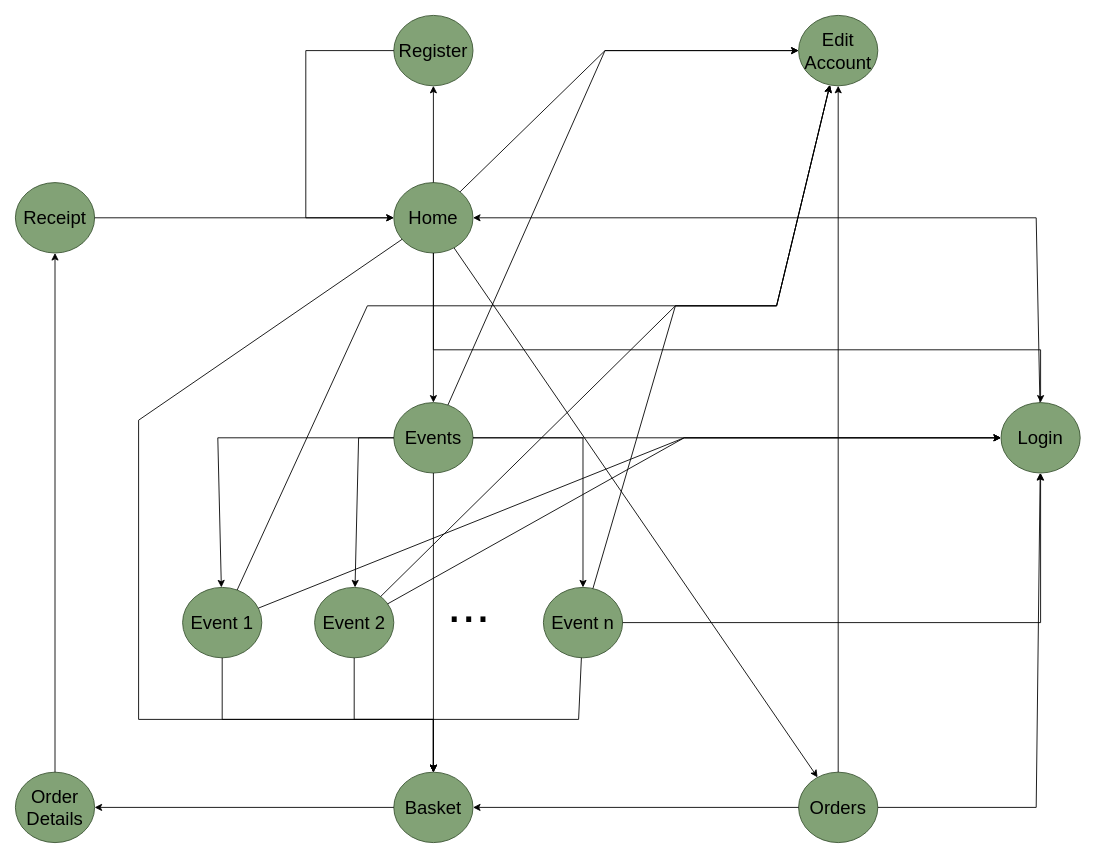
Earlier version of the draw.io diagram DocumentationImages/StateDiagram.drawio (TudorGiu/Ticket-Shop-Application). Source tidied: cells renumbered, new cells numbered last; positions are measured from the earlier drawing's top-left corner, leaving out a move shared by most shapes. Both pictures are drawn from the tidied source at 88%, with x=0, y=0 at pixel (15, 15).
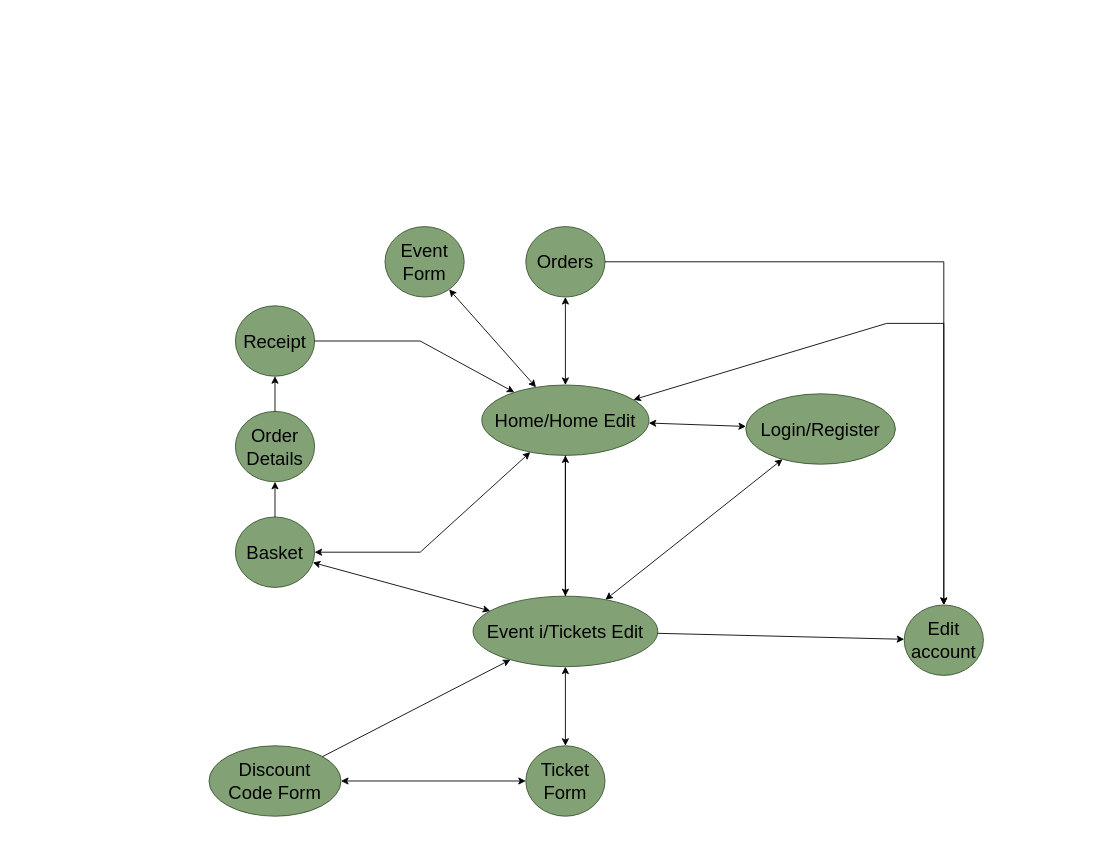
The same page after the edit.

Change to the diagram source:
```diff
@@
-    <mxCell id="2" style="endArrow=classic;html=1;rounded=0;" parent="1" edge="1" source="4" target="6">
-      <mxGeometry relative="1" as="geometry" />
-    </mxCell>
-    <mxCell id="3" value="&lt;font color=&quot;#000000&quot; style=&quot;font-size: 21px;&quot;&gt;Register&lt;/font&gt;" style="ellipse;whiteSpace=wrap;html=1;fillColor=#82a276;strokeColor=#3A5431;fontColor=#ffffff;" parent="1" vertex="1">
-      <mxGeometry x="430" width="90" height="80" as="geometry" />
-    </mxCell>
-    <mxCell id="4" value="&lt;font color=&quot;#000000&quot; style=&quot;font-size: 21px;&quot;&gt;Home&lt;/font&gt;" style="ellipse;whiteSpace=wrap;html=1;fillColor=#82a276;strokeColor=#3A5431;fontColor=#ffffff;" parent="1" vertex="1">
-      <mxGeometry x="430" y="190" width="90" height="80" as="geometry" />
-    </mxCell>
-    <mxCell id="5" value="&lt;font color=&quot;#000000&quot; style=&quot;font-size: 21px;&quot;&gt;Events&lt;/font&gt;" style="ellipse;whiteSpace=wrap;html=1;fillColor=#82a276;strokeColor=#3A5431;fontColor=#ffffff;" parent="1" vertex="1">
-      <mxGeometry x="430" y="440" width="90" height="80" as="geometry" />
-    </mxCell>
-    <mxCell id="6" value="&lt;font color=&quot;#000000&quot;&gt;&lt;span style=&quot;font-size: 21px;&quot;&gt;Orders&lt;/span&gt;&lt;/font&gt;" style="ellipse;whiteSpace=wrap;html=1;fillColor=#82a276;strokeColor=#3A5431;fontColor=#ffffff;" parent="1" vertex="1">
-      <mxGeometry x="890" y="860" width="90" height="80" as="geometry" />
-    </mxCell>
-    <mxCell id="7" value="&lt;font color=&quot;#000000&quot; style=&quot;font-size: 21px;&quot;&gt;Login&lt;/font&gt;" style="ellipse;whiteSpace=wrap;html=1;fillColor=#82a276;strokeColor=#3A5431;fontColor=#ffffff;" parent="1" vertex="1">
-      <mxGeometry x="1120" y="440" width="90" height="80" as="geometry" />
-    </mxCell>
-    <mxCell id="8" style="endArrow=classic;html=1;rounded=0;" parent="1" edge="1" source="4" target="5">
-      <mxGeometry relative="1" as="geometry" />
-    </mxCell>
-    <mxCell id="9" value="&lt;font color=&quot;#000000&quot; style=&quot;font-size: 21px;&quot;&gt;Event 1&lt;/font&gt;" style="ellipse;whiteSpace=wrap;html=1;fillColor=#82a276;strokeColor=#3A5431;fontColor=#ffffff;" parent="1" vertex="1">
-      <mxGeometry x="190" y="650" width="90" height="80" as="geometry" />
-    </mxCell>
-    <mxCell id="10" value="&lt;font color=&quot;#000000&quot; style=&quot;font-size: 21px;&quot;&gt;Event 2&lt;/font&gt;" style="ellipse;whiteSpace=wrap;html=1;fillColor=#82a276;strokeColor=#3A5431;fontColor=#ffffff;" parent="1" vertex="1">
-      <mxGeometry x="340" y="650" width="90" height="80" as="geometry" />
-    </mxCell>
-    <mxCell id="11" style="endArrow=classic;html=1;rounded=0;" parent="1" edge="1" source="5" target="9">
-      <mxGeometry relative="1" as="geometry">
-        <Array as="points">
-          <mxPoint x="230" y="480" />
-        </Array>
-      </mxGeometry>
-    </mxCell>
-    <mxCell id="12" style="endArrow=classic;html=1;rounded=0;" parent="1" edge="1" source="5" target="10">
-      <mxGeometry relative="1" as="geometry">
-        <Array as="points">
-          <mxPoint x="390" y="480" />
-        </Array>
-      </mxGeometry>
-    </mxCell>
-    <mxCell id="13" value="&lt;font style=&quot;font-size: 59px;&quot;&gt;...&lt;/font&gt;" style="text;html=1;align=center;verticalAlign=middle;strokeColor=none;fillColor=none;" parent="1" vertex="1">
-      <mxGeometry x="480" y="630" width="70" height="80" as="geometry" />
-    </mxCell>
-    <mxCell id="14" value="&lt;font color=&quot;#000000&quot; style=&quot;font-size: 21px;&quot;&gt;Event n&lt;/font&gt;" style="ellipse;whiteSpace=wrap;html=1;fillColor=#82a276;strokeColor=#3A5431;fontColor=#ffffff;" parent="1" vertex="1">
-      <mxGeometry x="600" y="650" width="90" height="80" as="geometry" />
-    </mxCell>
-    <mxCell id="15" style="endArrow=classic;html=1;rounded=0;" parent="1" edge="1" source="5" target="14">
-      <mxGeometry relative="1" as="geometry">
-        <Array as="points">
-          <mxPoint x="645" y="480" />
-        </Array>
-      </mxGeometry>
-    </mxCell>
-    <mxCell id="16" value="&lt;font color=&quot;#000000&quot; style=&quot;font-size: 21px;&quot;&gt;Edit Account&lt;/font&gt;" style="ellipse;whiteSpace=wrap;html=1;fillColor=#82a276;strokeColor=#3A5431;fontColor=#ffffff;" parent="1" vertex="1">
-      <mxGeometry x="890" width="90" height="80" as="geometry" />
-    </mxCell>
-    <mxCell id="17" style="endArrow=classic;html=1;rounded=0;" parent="1" edge="1" source="5" target="7">
-      <mxGeometry relative="1" as="geometry" />
-    </mxCell>
-    <mxCell id="18" style="endArrow=classic;html=1;rounded=0;" parent="1" edge="1" source="6" target="7">
-      <mxGeometry relative="1" as="geometry">
-        <Array as="points">
-          <mxPoint x="1160" y="900" />
-        </Array>
-      </mxGeometry>
-    </mxCell>
-    <mxCell id="19" style="endArrow=classic;html=1;rounded=0;" parent="1" edge="1" source="9" target="7">
-      <mxGeometry relative="1" as="geometry">
-        <Array as="points">
-          <mxPoint x="760" y="480" />
-        </Array>
-      </mxGeometry>
-    </mxCell>
-    <mxCell id="20" style="endArrow=classic;html=1;rounded=0;" parent="1" edge="1" source="10" target="7">
-      <mxGeometry relative="1" as="geometry">
-        <Array as="points">
-          <mxPoint x="760" y="480" />
-        </Array>
-      </mxGeometry>
-    </mxCell>
-    <mxCell id="21" style="endArrow=classic;html=1;rounded=0;" parent="1" edge="1" source="14" target="7">
-      <mxGeometry relative="1" as="geometry">
-        <Array as="points">
-          <mxPoint x="1165" y="690" />
-        </Array>
-      </mxGeometry>
-    </mxCell>
-    <mxCell id="22" style="endArrow=classic;html=1;rounded=0;" parent="1" edge="1" source="4" target="16">
-      <mxGeometry relative="1" as="geometry">
-        <Array as="points">
-          <mxPoint x="670" y="40" />
-        </Array>
-      </mxGeometry>
-    </mxCell>
-    <mxCell id="23" style="endArrow=classic;html=1;rounded=0;" parent="1" edge="1" source="6" target="16">
-      <mxGeometry relative="1" as="geometry" />
-    </mxCell>
-    <mxCell id="24" style="endArrow=classic;html=1;rounded=0;" parent="1" edge="1" source="5" target="16">
-      <mxGeometry relative="1" as="geometry">
-        <Array as="points">
-          <mxPoint x="670" y="40" />
-        </Array>
-      </mxGeometry>
-    </mxCell>
-    <mxCell id="25" style="endArrow=classic;html=1;rounded=0;" parent="1" edge="1" source="9" target="16">
-      <mxGeometry relative="1" as="geometry">
-        <Array as="points">
-          <mxPoint x="400" y="330" />
-          <mxPoint x="865" y="330" />
-        </Array>
-      </mxGeometry>
-    </mxCell>
-    <mxCell id="26" style="endArrow=classic;html=1;rounded=0;" parent="1" edge="1" source="10" target="16">
-      <mxGeometry relative="1" as="geometry">
-        <Array as="points">
-          <mxPoint x="750" y="330" />
-          <mxPoint x="865" y="330" />
-        </Array>
-      </mxGeometry>
-    </mxCell>
-    <mxCell id="27" style="endArrow=classic;html=1;rounded=0;" parent="1" edge="1" source="14" target="16">
-      <mxGeometry relative="1" as="geometry">
-        <Array as="points">
-          <mxPoint x="750" y="330" />
-          <mxPoint x="865" y="330" />
-        </Array>
-      </mxGeometry>
-    </mxCell>
-    <mxCell id="28" style="endArrow=classic;html=1;rounded=0;" parent="1" edge="1" source="4" target="3">
-      <mxGeometry relative="1" as="geometry" />
-    </mxCell>
-    <mxCell id="29" style="endArrow=classic;html=1;rounded=0;" parent="1" edge="1" source="4" target="7">
-      <mxGeometry relative="1" as="geometry">
-        <Array as="points">
-          <mxPoint x="475" y="380" />
-          <mxPoint x="1165" y="380" />
-        </Array>
-      </mxGeometry>
-    </mxCell>
+    <mxCell id="44" value="&lt;font color=&quot;#000000&quot;&gt;&lt;span style=&quot;font-size: 21px;&quot;&gt;Home/Home Edit&lt;/span&gt;&lt;/font&gt;" style="ellipse;whiteSpace=wrap;html=1;fillColor=#82a276;strokeColor=#3A5431;fontColor=#ffffff;" parent="1" vertex="1">
+      <mxGeometry x="530" y="420" width="190" height="80" as="geometry" />
+    </mxCell>
+    <mxCell id="45" value="&lt;font color=&quot;#000000&quot;&gt;&lt;span style=&quot;font-size: 21px;&quot;&gt;Login/Register&lt;/span&gt;&lt;/font&gt;" style="ellipse;whiteSpace=wrap;html=1;fillColor=#82a276;strokeColor=#3A5431;fontColor=#ffffff;" parent="1" vertex="1">
+      <mxGeometry x="830" y="430" width="170" height="80" as="geometry" />
+    </mxCell>
+    <mxCell id="46" value="&lt;font color=&quot;#000000&quot;&gt;&lt;span style=&quot;font-size: 21px;&quot;&gt;Event i/Tickets Edit&lt;/span&gt;&lt;/font&gt;" style="ellipse;whiteSpace=wrap;html=1;fillColor=#82a276;strokeColor=#3A5431;fontColor=#ffffff;" parent="1" vertex="1">
+      <mxGeometry x="520" y="660" width="210" height="80" as="geometry" />
+    </mxCell>
+    <mxCell id="47" value="&lt;font color=&quot;#000000&quot;&gt;&lt;span style=&quot;font-size: 21px;&quot;&gt;Edit account&lt;/span&gt;&lt;/font&gt;" style="ellipse;whiteSpace=wrap;html=1;fillColor=#82a276;strokeColor=#3A5431;fontColor=#ffffff;" parent="1" vertex="1">
+      <mxGeometry x="1010" y="670" width="90" height="80" as="geometry" />
+    </mxCell>
     <mxCell id="30" value="&lt;font color=&quot;#000000&quot;&gt;&lt;span style=&quot;font-size: 21px;&quot;&gt;Basket&lt;/span&gt;&lt;/font&gt;" style="ellipse;whiteSpace=wrap;html=1;fillColor=#82a276;strokeColor=#3A5431;fontColor=#ffffff;" parent="1" vertex="1">
-      <mxGeometry x="430" y="860" width="90" height="80" as="geometry" />
+      <mxGeometry x="250" y="570" width="90" height="80" as="geometry" />
     </mxCell>
-    <mxCell id="31" style="endArrow=classic;html=1;rounded=0;" parent="1" edge="1" source="4" target="30">
-      <mxGeometry relative="1" as="geometry">
-        <Array as="points">
-          <mxPoint x="140" y="460" />
-          <mxPoint x="140" y="800" />
-          <mxPoint x="475" y="800" />
-        </Array>
-      </mxGeometry>
-    </mxCell>
-    <mxCell id="32" style="endArrow=classic;html=1;rounded=0;" parent="1" edge="1" source="9" target="30">
-      <mxGeometry relative="1" as="geometry">
-        <Array as="points">
-          <mxPoint x="235" y="800" />
-          <mxPoint x="475" y="800" />
-        </Array>
-      </mxGeometry>
-    </mxCell>
-    <mxCell id="33" style="endArrow=classic;html=1;rounded=0;" parent="1" edge="1" source="10" target="30">
-      <mxGeometry relative="1" as="geometry">
-        <Array as="points">
-          <mxPoint x="385" y="800" />
-          <mxPoint x="475" y="800" />
-        </Array>
-      </mxGeometry>
-    </mxCell>
-    <mxCell id="34" style="endArrow=classic;html=1;rounded=0;" parent="1" edge="1" source="14" target="30">
-      <mxGeometry relative="1" as="geometry">
-        <Array as="points">
-          <mxPoint x="640" y="800" />
-          <mxPoint x="475" y="800" />
-        </Array>
-      </mxGeometry>
-    </mxCell>
-    <mxCell id="35" style="endArrow=classic;html=1;rounded=0;" parent="1" edge="1" source="5" target="30">
-      <mxGeometry relative="1" as="geometry" />
-    </mxCell>
-    <mxCell id="36" style="endArrow=classic;html=1;rounded=0;" parent="1" edge="1" source="6" target="30">
-      <mxGeometry relative="1" as="geometry" />
-    </mxCell>
-    <mxCell id="37" style="endArrow=classic;html=1;rounded=0;" parent="1" edge="1" source="3" target="4">
-      <mxGeometry relative="1" as="geometry">
-        <Array as="points">
-          <mxPoint x="330" y="40" />
-          <mxPoint x="330" y="230" />
-        </Array>
-      </mxGeometry>
-    </mxCell>
-    <mxCell id="38" style="endArrow=classic;html=1;rounded=0;" parent="1" edge="1" source="7" target="4">
-      <mxGeometry relative="1" as="geometry">
-        <Array as="points">
-          <mxPoint x="1160" y="230" />
-        </Array>
-      </mxGeometry>
-    </mxCell>
     <mxCell id="39" value="&lt;font color=&quot;#000000&quot;&gt;&lt;span style=&quot;font-size: 21px;&quot;&gt;Order Details&lt;/span&gt;&lt;/font&gt;" style="ellipse;whiteSpace=wrap;html=1;fillColor=#82a276;strokeColor=#3A5431;fontColor=#ffffff;" parent="1" vertex="1">
-      <mxGeometry y="860" width="90" height="80" as="geometry" />
+      <mxGeometry x="250" y="450" width="90" height="80" as="geometry" />
     </mxCell>
     <mxCell id="40" value="&lt;font color=&quot;#000000&quot;&gt;&lt;span style=&quot;font-size: 21px;&quot;&gt;Receipt&lt;/span&gt;&lt;/font&gt;" style="ellipse;whiteSpace=wrap;html=1;fillColor=#82a276;strokeColor=#3A5431;fontColor=#ffffff;" parent="1" vertex="1">
-      <mxGeometry y="190" width="90" height="80" as="geometry" />
+      <mxGeometry x="250" y="330" width="90" height="80" as="geometry" />
     </mxCell>
+    <mxCell id="6" value="&lt;font color=&quot;#000000&quot;&gt;&lt;span style=&quot;font-size: 21px;&quot;&gt;Orders&lt;/span&gt;&lt;/font&gt;" style="ellipse;whiteSpace=wrap;html=1;fillColor=#82a276;strokeColor=#3A5431;fontColor=#ffffff;" parent="1" vertex="1">
+      <mxGeometry x="580" y="240" width="90" height="80" as="geometry" />
+    </mxCell>
+    <mxCell id="48" value="&lt;font color=&quot;#000000&quot;&gt;&lt;span style=&quot;font-size: 21px;&quot;&gt;Event Form&lt;/span&gt;&lt;/font&gt;" style="ellipse;whiteSpace=wrap;html=1;fillColor=#82a276;strokeColor=#3A5431;fontColor=#ffffff;" parent="1" vertex="1">
+      <mxGeometry x="420" y="240" width="90" height="80" as="geometry" />
+    </mxCell>
+    <mxCell id="49" value="&lt;font color=&quot;#000000&quot;&gt;&lt;span style=&quot;font-size: 21px;&quot;&gt;Ticket Form&lt;/span&gt;&lt;/font&gt;" style="ellipse;whiteSpace=wrap;html=1;fillColor=#82a276;strokeColor=#3A5431;fontColor=#ffffff;" parent="1" vertex="1">
+      <mxGeometry x="580" y="830" width="90" height="80" as="geometry" />
+    </mxCell>
+    <mxCell id="50" value="&lt;font color=&quot;#000000&quot;&gt;&lt;span style=&quot;font-size: 21px;&quot;&gt;Discount&lt;br&gt;Code Form&lt;/span&gt;&lt;/font&gt;" style="ellipse;whiteSpace=wrap;html=1;fillColor=#82a276;strokeColor=#3A5431;fontColor=#ffffff;" parent="1" vertex="1">
+      <mxGeometry x="220" y="830" width="150" height="80" as="geometry" />
+    </mxCell>
+    <mxCell id="51" style="endArrow=classic;html=1;rounded=0;" parent="1" edge="1" source="44" target="46">
+      <mxGeometry relative="1" as="geometry" />
+    </mxCell>
+    <mxCell id="52" style="endArrow=classic;html=1;rounded=0;" parent="1" edge="1" source="46" target="44">
+      <mxGeometry relative="1" as="geometry" />
+    </mxCell>
+    <mxCell id="53" style="endArrow=classic;startArrow=classic;html=1;rounded=0;" parent="1" edge="1" source="46" target="45">
+      <mxGeometry relative="1" as="geometry" />
+    </mxCell>
+    <mxCell id="54" style="endArrow=classic;startArrow=classic;html=1;rounded=0;" parent="1" edge="1" source="44" target="45">
+      <mxGeometry relative="1" as="geometry" />
+    </mxCell>
+    <mxCell id="55" style="endArrow=classic;startArrow=classic;html=1;rounded=0;" parent="1" edge="1" source="46" target="30">
+      <mxGeometry relative="1" as="geometry" />
+    </mxCell>
+    <mxCell id="56" style="endArrow=classic;startArrow=classic;html=1;rounded=0;" parent="1" edge="1" source="44" target="30">
+      <mxGeometry relative="1" as="geometry">
+        <Array as="points">
+          <mxPoint x="460" y="610" />
+        </Array>
+      </mxGeometry>
+    </mxCell>
+    <mxCell id="57" style="endArrow=classic;startArrow=classic;html=1;rounded=0;" parent="1" edge="1" source="44" target="6">
+      <mxGeometry relative="1" as="geometry" />
+    </mxCell>
+    <mxCell id="58" style="endArrow=classic;startArrow=classic;html=1;rounded=0;" parent="1" edge="1" source="44" target="48">
+      <mxGeometry relative="1" as="geometry" />
+    </mxCell>
+    <mxCell id="59" style="endArrow=classic;startArrow=classic;html=1;rounded=0;" parent="1" edge="1" source="49" target="46">
+      <mxGeometry relative="1" as="geometry" />
+    </mxCell>
+    <mxCell id="60" style="endArrow=classic;startArrow=classic;html=1;rounded=0;" parent="1" edge="1" source="50" target="49">
+      <mxGeometry relative="1" as="geometry" />
+    </mxCell>
+    <mxCell id="61" style="endArrow=classic;html=1;rounded=0;" parent="1" edge="1" source="50" target="46">
+      <mxGeometry relative="1" as="geometry" />
+    </mxCell>
@@
-    <mxCell id="43" style="endArrow=classic;html=1;rounded=0;" parent="1" edge="1" source="40" target="4">
-      <mxGeometry relative="1" as="geometry" />
-    </mxCell>
+    <mxCell id="62" style="endArrow=classic;html=1;rounded=0;" parent="1" edge="1" source="40" target="44">
+      <mxGeometry relative="1" as="geometry">
+        <Array as="points">
+          <mxPoint x="460" y="370" />
+        </Array>
+      </mxGeometry>
+    </mxCell>
+    <mxCell id="63" style="endArrow=classic;html=1;rounded=0;" parent="1" edge="1" source="46" target="47">
+      <mxGeometry relative="1" as="geometry" />
+    </mxCell>
+    <mxCell id="64" style="endArrow=classic;html=1;rounded=0;" parent="1" edge="1" source="6" target="47">
+      <mxGeometry relative="1" as="geometry">
+        <Array as="points">
+          <mxPoint x="1055" y="280" />
+        </Array>
+      </mxGeometry>
+    </mxCell>
+    <mxCell id="65" style="endArrow=classic;startArrow=classic;html=1;rounded=0;" parent="1" edge="1" source="47" target="44">
+      <mxGeometry relative="1" as="geometry">
+        <Array as="points">
+          <mxPoint x="1055" y="350" />
+          <mxPoint x="990" y="350" />
+        </Array>
+      </mxGeometry>
+    </mxCell>
```
